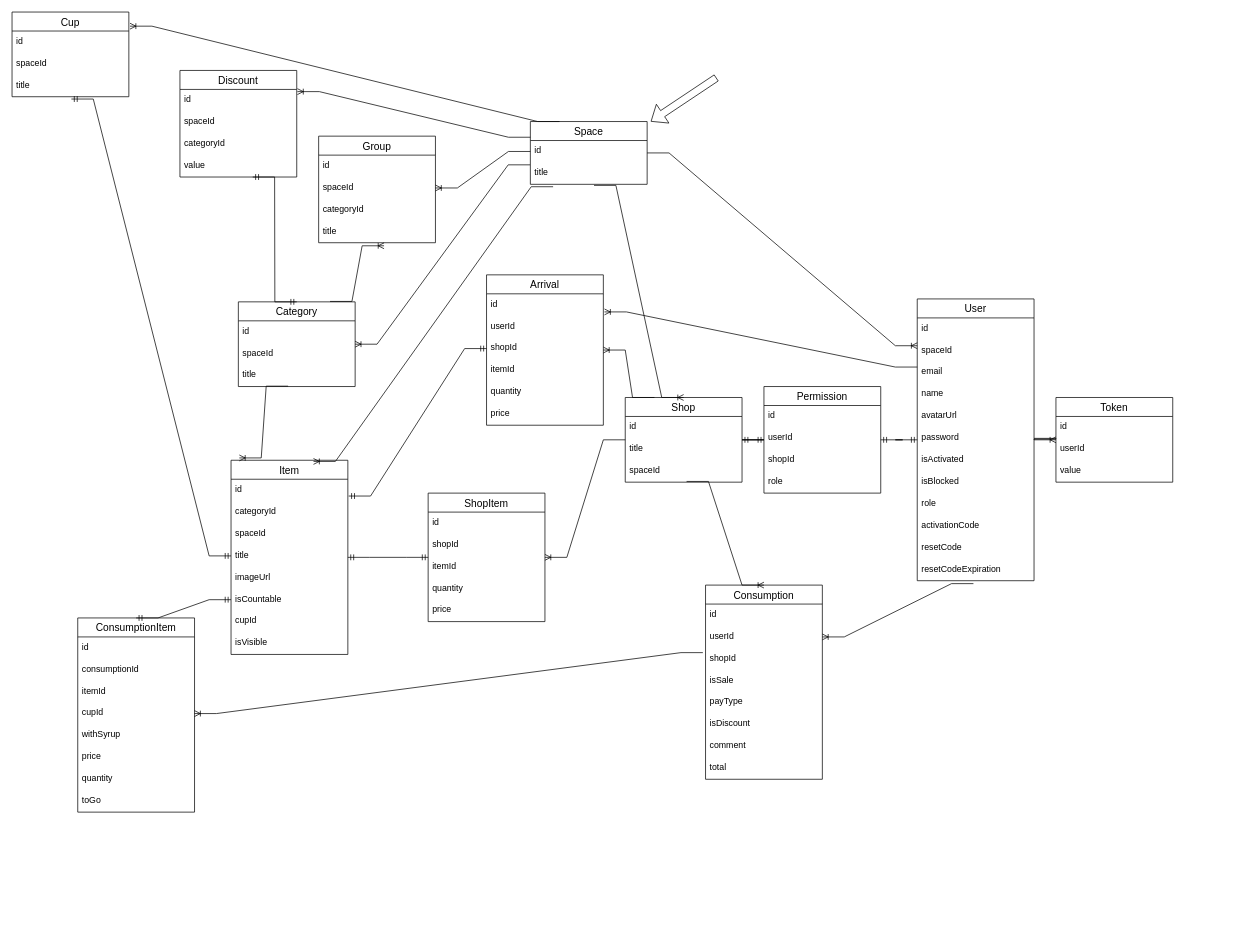
Before: horeca.drawio in Nik68rus/myhoreca, a draw.io diagram. Source tidied: cells renumbered, new cells numbered last; positions are measured from the earlier drawing's top-left corner, leaving out a move shared by most shapes. Both pictures are drawn from the tidied source at 73%, with x=0, y=0 at pixel (12, 12).
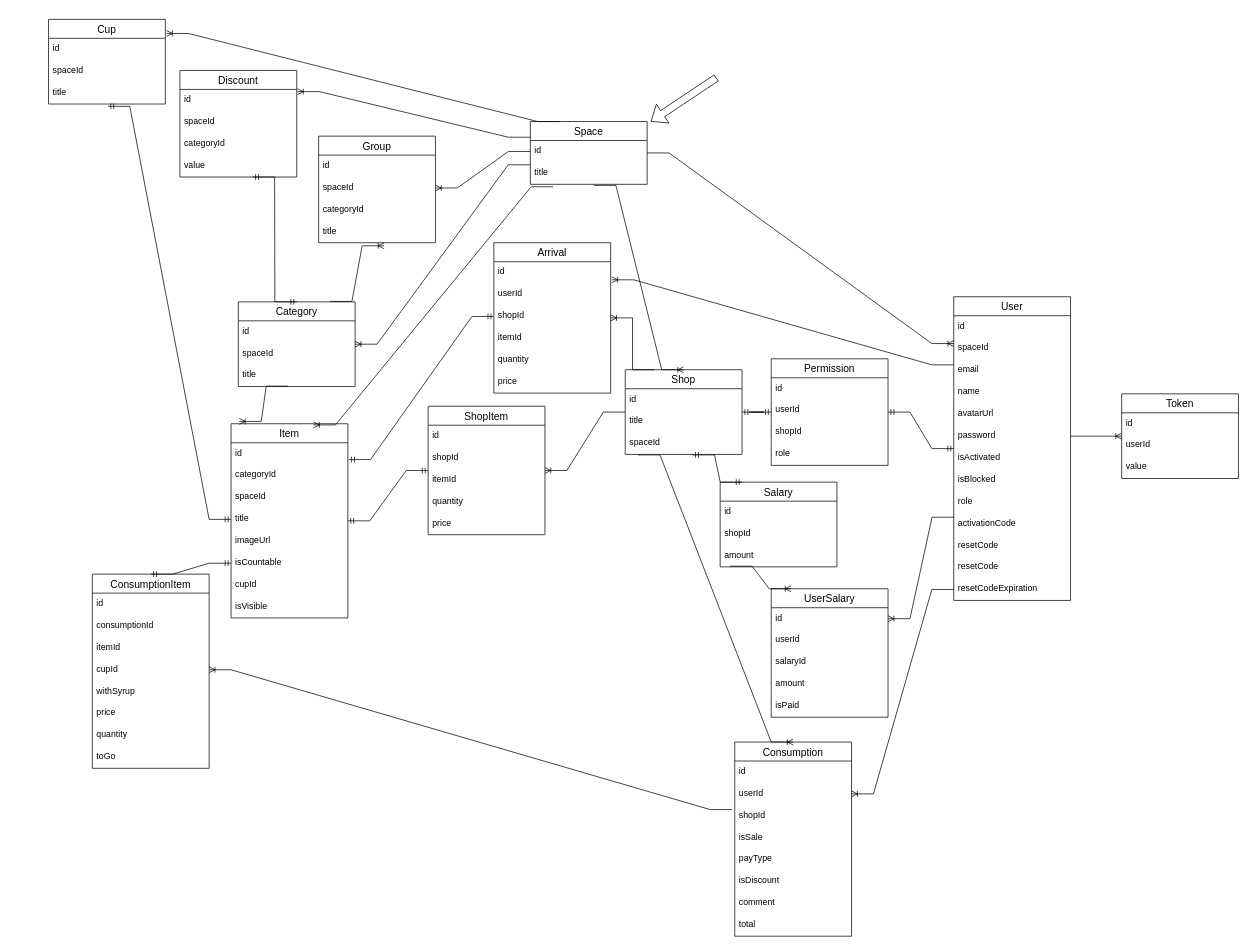
The same diagram, later.

Unchanged cells that the change refers to:
```xml
<mxCell id="12" value="activationCode" style="text;strokeColor=none;fillColor=none;spacingLeft=4;spacingRight=4;overflow=hidden;points=[[0,0.5],[1,0.5]];portConstraint=eastwest;fontSize=12;" parent="2" vertex="1">
  <mxGeometry y="296" width="160" height="30" as="geometry" />
</mxCell>
<mxCell id="18" value="spaceId" style="text;strokeColor=none;fillColor=none;spacingLeft=4;spacingRight=4;overflow=hidden;points=[[0,0.5],[1,0.5]];portConstraint=eastwest;fontSize=12;" parent="15" vertex="1">
  <mxGeometry y="86" width="160" height="30" as="geometry" />
</mxCell>
<mxCell id="59" value="userId" style="text;strokeColor=none;fillColor=none;spacingLeft=4;spacingRight=4;overflow=hidden;points=[[0,0.5],[1,0.5]];portConstraint=eastwest;fontSize=12;" parent="57" vertex="1">
  <mxGeometry y="56" width="160" height="30" as="geometry" />
</mxCell>
```

Change to the diagram source:
```diff
@@
     <mxCell id="2" value="User" style="swimlane;fontStyle=0;horizontal=1;startSize=26;align=center;fontSize=14;" parent="1" vertex="1">
-      <mxGeometry x="1240" y="393" width="160" height="386" as="geometry" />
+      <mxGeometry x="1290" y="390" width="160" height="416" as="geometry" />
     </mxCell>
@@
+    <mxCell id="113" value="resetCode" style="text;strokeColor=none;fillColor=none;spacingLeft=4;spacingRight=4;overflow=hidden;fontSize=12;" parent="2" vertex="1">
+      <mxGeometry y="326" width="160" height="30" as="geometry" />
+    </mxCell>
     <mxCell id="13" value="resetCode" style="text;strokeColor=none;fillColor=none;spacingLeft=4;spacingRight=4;overflow=hidden;fontSize=12;" parent="2" vertex="1">
-      <mxGeometry y="326" width="160" height="30" as="geometry" />
+      <mxGeometry y="356" width="160" height="30" as="geometry" />
     </mxCell>
     <mxCell id="14" value="resetCodeExpiration" style="text;strokeColor=none;fillColor=none;spacingLeft=4;spacingRight=4;overflow=hidden;points=[[0,0.5],[1,0.5]];portConstraint=eastwest;fontSize=12;" parent="2" vertex="1">
-      <mxGeometry y="356" width="160" height="30" as="geometry" />
+      <mxGeometry y="386" width="160" height="30" as="geometry" />
     </mxCell>
     <mxCell id="15" value="Shop" style="swimlane;fontStyle=0;horizontal=1;startSize=26;align=center;fontSize=14;" parent="1" vertex="1">
-      <mxGeometry x="840" y="528" width="160" height="116" as="geometry" />
+      <mxGeometry x="840" y="490" width="160" height="116" as="geometry" />
     </mxCell>
@@
     <mxCell id="19" value="Permission" style="swimlane;fontStyle=0;horizontal=1;startSize=26;align=center;fontSize=14;" parent="1" vertex="1">
-      <mxGeometry x="1030" y="513" width="160" height="146" as="geometry" />
+      <mxGeometry x="1040" y="475" width="160" height="146" as="geometry" />
     </mxCell>
@@
     <mxCell id="24" value="Item" style="swimlane;fontStyle=0;horizontal=1;startSize=26;align=center;fontSize=14;" parent="1" vertex="1">
-      <mxGeometry x="300" y="614" width="160" height="266" as="geometry" />
+      <mxGeometry x="300" y="564" width="160" height="266" as="geometry" />
     </mxCell>
@@
     <mxCell id="33" value="ShopItem" style="swimlane;fontStyle=0;horizontal=1;startSize=26;align=center;fontSize=14;" parent="1" vertex="1">
-      <mxGeometry x="570" y="659" width="160" height="176" as="geometry" />
+      <mxGeometry x="570" y="540" width="160" height="176" as="geometry" />
     </mxCell>
@@
     <mxCell id="43" value="Cup" style="swimlane;fontStyle=0;horizontal=1;startSize=26;align=center;fontSize=14;" parent="1" vertex="1">
-      <mxGeometry width="160" height="116" as="geometry" />
+      <mxGeometry x="50" y="10" width="160" height="116" as="geometry" />
     </mxCell>
@@
     <mxCell id="48" value="ConsumptionItem" style="swimlane;fontStyle=0;horizontal=1;startSize=26;align=center;fontSize=14;" parent="1" vertex="1">
-      <mxGeometry x="90" y="830" width="160" height="266" as="geometry" />
+      <mxGeometry x="110" y="770" width="160" height="266" as="geometry" />
     </mxCell>
@@
     <mxCell id="57" value="Consumption" style="swimlane;fontStyle=0;horizontal=1;startSize=26;align=center;fontSize=14;" parent="1" vertex="1">
-      <mxGeometry x="950" y="785" width="160" height="266" as="geometry" />
+      <mxGeometry x="990" y="1000" width="160" height="266" as="geometry" />
     </mxCell>
@@
-    <mxCell id="67" style="edgeStyle=entityRelationEdgeStyle;fontSize=12;html=1;endArrow=ERoneToMany;rounded=0;exitX=0.481;exitY=1.133;exitDx=0;exitDy=0;exitPerimeter=0;" parent="1" edge="1" source="14" target="59">
+    <mxCell id="67" style="edgeStyle=entityRelationEdgeStyle;fontSize=12;html=1;endArrow=ERoneToMany;rounded=0;" parent="1" edge="1" source="14" target="59">
       <mxGeometry relative="1" as="geometry" />
     </mxCell>
@@
-    <mxCell id="69" style="edgeStyle=entityRelationEdgeStyle;fontSize=12;html=1;endArrow=ERoneToMany;rounded=0;exitX=0.525;exitY=0.967;exitDx=0;exitDy=0;exitPerimeter=0;entryX=0.5;entryY=0;entryDx=0;entryDy=0;" parent="1" edge="1" source="18" target="57">
+    <mxCell id="69" style="edgeStyle=entityRelationEdgeStyle;fontSize=12;html=1;endArrow=ERoneToMany;rounded=0;exitX=0.11;exitY=1.022;exitDx=0;exitDy=0;exitPerimeter=0;entryX=0.5;entryY=0;entryDx=0;entryDy=0;" parent="1" edge="1" source="18" target="57">
       <mxGeometry relative="1" as="geometry" />
     </mxCell>
@@
     <mxCell id="92" value="Token" style="swimlane;fontStyle=0;horizontal=1;startSize=26;align=center;fontSize=14;" parent="1" vertex="1">
-      <mxGeometry x="1430" y="528" width="160" height="116" as="geometry" />
+      <mxGeometry x="1520" y="523" width="160" height="116" as="geometry" />
     </mxCell>
@@
     <mxCell id="97" value="Arrival" style="swimlane;fontStyle=0;horizontal=1;startSize=26;align=center;fontSize=14;" parent="1" vertex="1">
-      <mxGeometry x="650" y="360" width="160" height="206" as="geometry" />
+      <mxGeometry x="660" y="316" width="160" height="206" as="geometry" />
     </mxCell>
@@
+    <mxCell id="114" value="Salary" style="swimlane;fontStyle=0;horizontal=1;startSize=26;align=center;fontSize=14;" parent="1" vertex="1">
+      <mxGeometry x="970" y="644" width="160" height="116" as="geometry" />
+    </mxCell>
+    <mxCell id="115" value="id" style="text;strokeColor=none;fillColor=none;spacingLeft=4;spacingRight=4;overflow=hidden;fontSize=12;" parent="114" vertex="1">
+      <mxGeometry y="26" width="160" height="30" as="geometry" />
+    </mxCell>
+    <mxCell id="116" value="shopId" style="text;strokeColor=none;fillColor=none;spacingLeft=4;spacingRight=4;overflow=hidden;fontSize=12;" parent="114" vertex="1">
+      <mxGeometry y="56" width="160" height="30" as="geometry" />
+    </mxCell>
+    <mxCell id="117" value="amount" style="text;strokeColor=none;fillColor=none;spacingLeft=4;spacingRight=4;overflow=hidden;points=[[0,0.5],[1,0.5]];portConstraint=eastwest;fontSize=12;" parent="114" vertex="1">
+      <mxGeometry y="86" width="160" height="30" as="geometry" />
+    </mxCell>
+    <mxCell id="118" style="edgeStyle=entityRelationEdgeStyle;fontSize=12;html=1;endArrow=ERmandOne;startArrow=ERmandOne;rounded=0;entryX=0.188;entryY=0;entryDx=0;entryDy=0;entryPerimeter=0;exitX=0.577;exitY=1.022;exitDx=0;exitDy=0;exitPerimeter=0;" parent="1" edge="1" source="18" target="114">
+      <mxGeometry relative="1" as="geometry" />
+    </mxCell>
+    <mxCell id="119" value="UserSalary" style="swimlane;fontStyle=0;horizontal=1;startSize=26;align=center;fontSize=14;" parent="1" vertex="1">
+      <mxGeometry x="1040" y="790" width="160" height="176" as="geometry" />
+    </mxCell>
+    <mxCell id="120" value="id" style="text;strokeColor=none;fillColor=none;spacingLeft=4;spacingRight=4;overflow=hidden;points=[[0,0.5],[1,0.5]];portConstraint=eastwest;fontSize=12;" parent="119" vertex="1">
+      <mxGeometry y="26" width="160" height="30" as="geometry" />
+    </mxCell>
+    <mxCell id="121" value="userId" style="text;strokeColor=none;fillColor=none;spacingLeft=4;spacingRight=4;overflow=hidden;fontSize=12;" parent="119" vertex="1">
+      <mxGeometry y="56" width="160" height="30" as="geometry" />
+    </mxCell>
+    <mxCell id="122" value="salaryId" style="text;strokeColor=none;fillColor=none;spacingLeft=4;spacingRight=4;overflow=hidden;fontSize=12;" parent="119" vertex="1">
+      <mxGeometry y="86" width="160" height="30" as="geometry" />
+    </mxCell>
+    <mxCell id="123" value="amount" style="text;strokeColor=none;fillColor=none;spacingLeft=4;spacingRight=4;overflow=hidden;fontSize=12;" parent="119" vertex="1">
+      <mxGeometry y="116" width="160" height="30" as="geometry" />
+    </mxCell>
+    <mxCell id="124" value="isPaid" style="text;strokeColor=none;fillColor=none;spacingLeft=4;spacingRight=4;overflow=hidden;fontSize=12;" parent="119" vertex="1">
+      <mxGeometry y="146" width="160" height="30" as="geometry" />
+    </mxCell>
+    <mxCell id="125" style="edgeStyle=entityRelationEdgeStyle;fontSize=12;html=1;endArrow=ERoneToMany;rounded=0;exitX=0.002;exitY=0.2;exitDx=0;exitDy=0;exitPerimeter=0;" parent="1" edge="1" source="12" target="120">
+      <mxGeometry relative="1" as="geometry" />
+    </mxCell>
+    <mxCell id="126" style="edgeStyle=entityRelationEdgeStyle;fontSize=12;html=1;endArrow=ERoneToMany;rounded=0;exitX=0.086;exitY=0.972;exitDx=0;exitDy=0;exitPerimeter=0;entryX=0.17;entryY=0;entryDx=0;entryDy=0;entryPerimeter=0;" parent="1" edge="1" source="117" target="119">
+      <mxGeometry relative="1" as="geometry" />
+    </mxCell>
```
